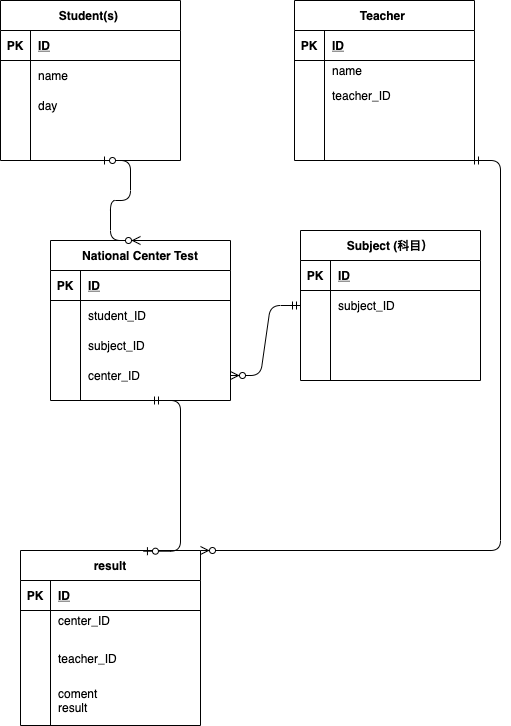
hitomineo/2021-12-24-ito-ER keeps this draw.io diagram as index. .drawio.png. Above is the earlier version. Source tidied: cells renumbered, new cells last; positions are measured from the earlier drawing's top-left corner, leaving out a move shared by most shapes.
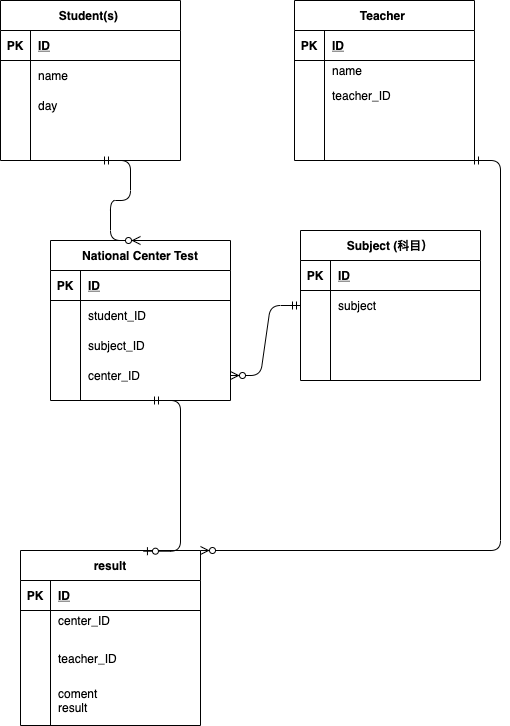
Later version of the same file.

Diff of the diagram source:
```diff
@@ -137,7 +137,7 @@
     <mxCell id="46" style="shape=partialRectangle;fillColor=none;top=0;left=0;bottom=0;right=0;overflow=hidden;" parent="45" vertex="1">
       <mxGeometry width="30" height="30" as="geometry" />
     </mxCell>
-    <mxCell id="47" value="subject_ID" style="shape=partialRectangle;fillColor=none;top=0;left=0;bottom=0;right=0;align=left;spacingLeft=6;overflow=hidden;" parent="45" vertex="1">
+    <mxCell id="47" value="subject" style="shape=partialRectangle;fillColor=none;top=0;left=0;bottom=0;right=0;align=left;spacingLeft=6;overflow=hidden;" parent="45" vertex="1">
       <mxGeometry x="30" width="150" height="30" as="geometry" />
     </mxCell>
     <mxCell id="48" style="shape=partialRectangle;fillColor=none;top=0;left=0;bottom=0;right=0;" parent="41" vertex="1">
@@ -193,11 +193,6 @@
     <mxCell id="64" value="center_ID" style="shape=partialRectangle;fillColor=none;top=0;left=0;bottom=0;right=0;align=left;spacingLeft=6;overflow=hidden;" parent="62" vertex="1">
       <mxGeometry x="30" width="150" height="30" as="geometry" />
     </mxCell>
-    <mxCell id="65" style="edgeStyle=entityRelationEdgeStyle;fontSize=12;html=1;endArrow=ERzeroToMany;startArrow=ERzeroToOne;entryX=0.5;entryY=0;entryDx=0;entryDy=0;" parent="1" edge="1" target="52">
-      <mxGeometry relative="1" as="geometry">
-        <mxPoint x="100" y="160" as="sourcePoint" />
-      </mxGeometry>
-    </mxCell>
     <mxCell id="66" style="edgeStyle=entityRelationEdgeStyle;fontSize=12;html=1;endArrow=ERzeroToMany;startArrow=ERmandOne;exitX=0;exitY=0.5;exitDx=0;exitDy=0;entryX=1;entryY=0.5;entryDx=0;entryDy=0;" parent="1" edge="1" source="45" target="62">
       <mxGeometry relative="1" as="geometry" />
     </mxCell>
@@ -206,5 +201,10 @@
         <mxPoint x="150" y="400" as="sourcePoint" />
       </mxGeometry>
     </mxCell>
+    <mxCell id="68" style="edgeStyle=entityRelationEdgeStyle;fontSize=12;html=1;endArrow=ERzeroToMany;startArrow=ERmandOne;entryX=0.5;entryY=0;entryDx=0;entryDy=0;" parent="1" edge="1" target="52">
+      <mxGeometry relative="1" as="geometry">
+        <mxPoint x="100" y="160" as="sourcePoint" />
+      </mxGeometry>
+    </mxCell>
   </root>
 </mxGraphModel>
```
